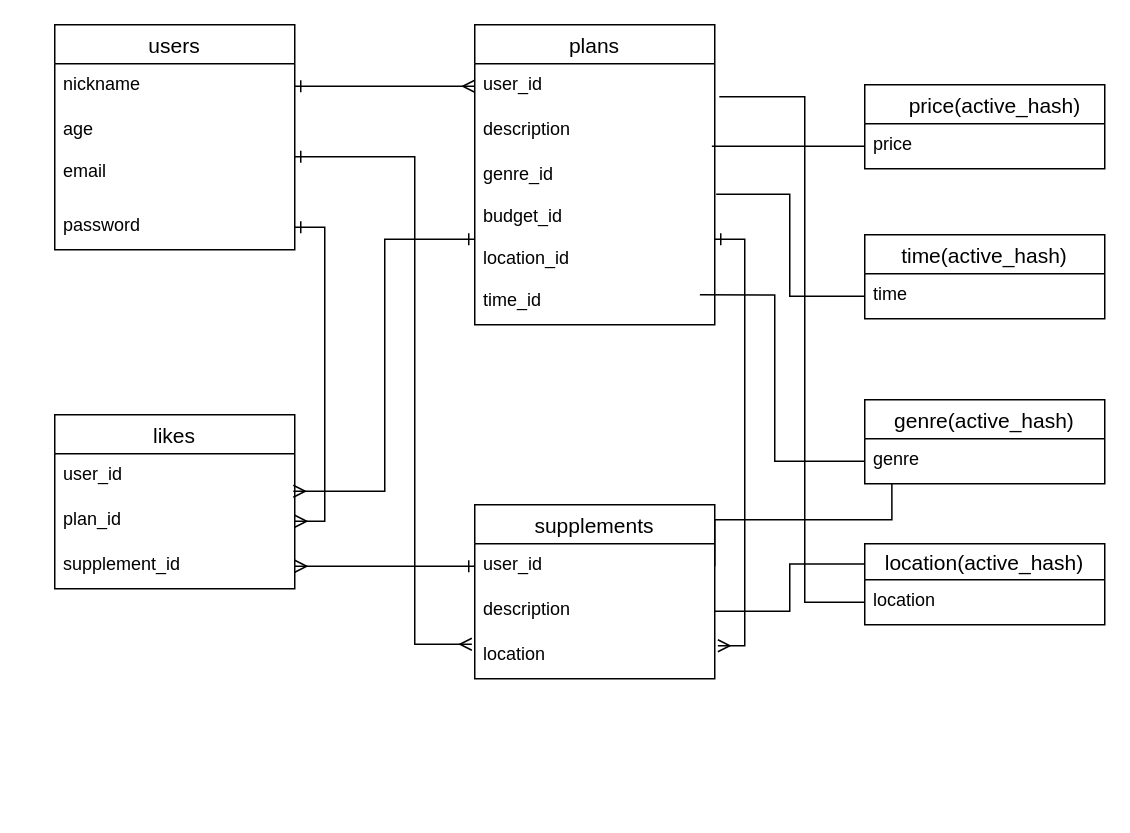
Above: er.dio in maradonamania/entertain_yourself (draw.io), before the change. Source tidied: cells renumbered, new cells numbered last; positions are measured from the earlier drawing's top-left corner, leaving out a move shared by most shapes. Both pictures are drawn from the tidied source at 150%, with x=0, y=0 at pixel (54, 24).
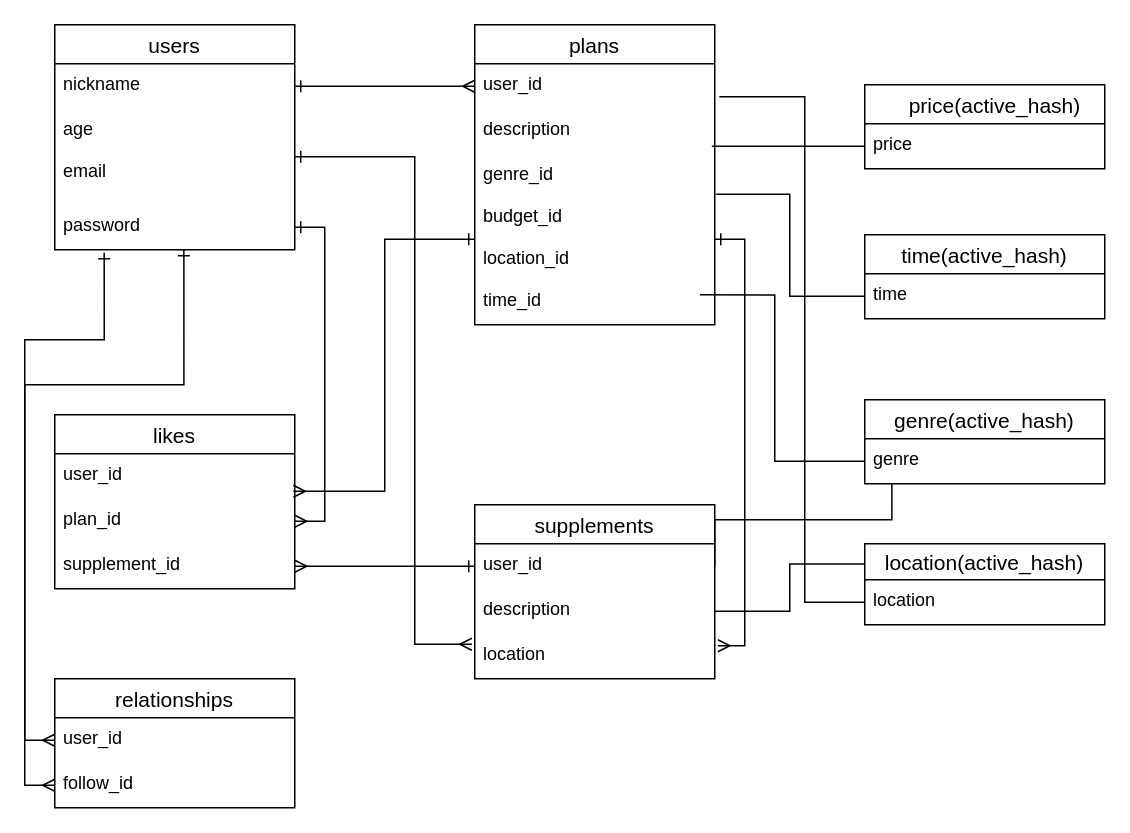
The same page after the edit.

Commit message (it also covers changes not shown here):
ER図・フォローボタンCSS・README修正

Unchanged cells that the change refers to:
```xml
<mxCell id="5" value="password" style="text;strokeColor=none;fillColor=none;spacingLeft=4;spacingRight=4;overflow=hidden;points=[[0,0.5],[1,0.5]];portConstraint=eastwest;fontSize=12;" parent="2" vertex="1">
  <mxGeometry y="120" width="160" height="30" as="geometry" />
</mxCell>
```

What changed in the source:
```diff
@@
+    <mxCell id="38" value="relationships" style="swimlane;fontStyle=0;horizontal=1;startSize=26;align=center;fontSize=14;" parent="1" vertex="1">
+      <mxGeometry y="436" width="160" height="86" as="geometry" />
+    </mxCell>
+    <mxCell id="39" value="user_id" style="text;strokeColor=none;fillColor=none;spacingLeft=4;spacingRight=4;overflow=hidden;points=[[0,0.5],[1,0.5]];portConstraint=eastwest;fontSize=12;" parent="38" vertex="1">
+      <mxGeometry y="26" width="160" height="30" as="geometry" />
+    </mxCell>
+    <mxCell id="40" value="follow_id" style="text;strokeColor=none;fillColor=none;spacingLeft=4;spacingRight=4;overflow=hidden;points=[[0,0.5],[1,0.5]];portConstraint=eastwest;fontSize=12;" parent="38" vertex="1">
+      <mxGeometry y="56" width="160" height="30" as="geometry" />
+    </mxCell>
+    <mxCell id="41" style="edgeStyle=orthogonalEdgeStyle;rounded=0;jettySize=auto;html=1;exitX=0;exitY=0.5;exitDx=0;exitDy=0;entryX=0.206;entryY=1.067;entryDx=0;entryDy=0;entryPerimeter=0;endArrow=ERone;endFill=0;startArrow=ERmany;startFill=0;" parent="1" edge="1" source="39" target="5">
+      <mxGeometry relative="1" as="geometry">
+        <Array as="points">
+          <mxPoint x="-20" y="477" />
+          <mxPoint x="-20" y="210" />
+          <mxPoint x="33" y="210" />
+        </Array>
+      </mxGeometry>
+    </mxCell>
+    <mxCell id="42" style="edgeStyle=orthogonalEdgeStyle;rounded=0;jettySize=auto;html=1;exitX=0;exitY=0.5;exitDx=0;exitDy=0;entryX=0.538;entryY=1;entryDx=0;entryDy=0;entryPerimeter=0;startArrow=ERmany;startFill=0;endArrow=ERone;endFill=0;" parent="1" edge="1" source="40" target="5">
+      <mxGeometry relative="1" as="geometry">
+        <Array as="points">
+          <mxPoint x="-20" y="507" />
+          <mxPoint x="-20" y="240" />
+          <mxPoint x="86" y="240" />
+        </Array>
+      </mxGeometry>
+    </mxCell>
```
